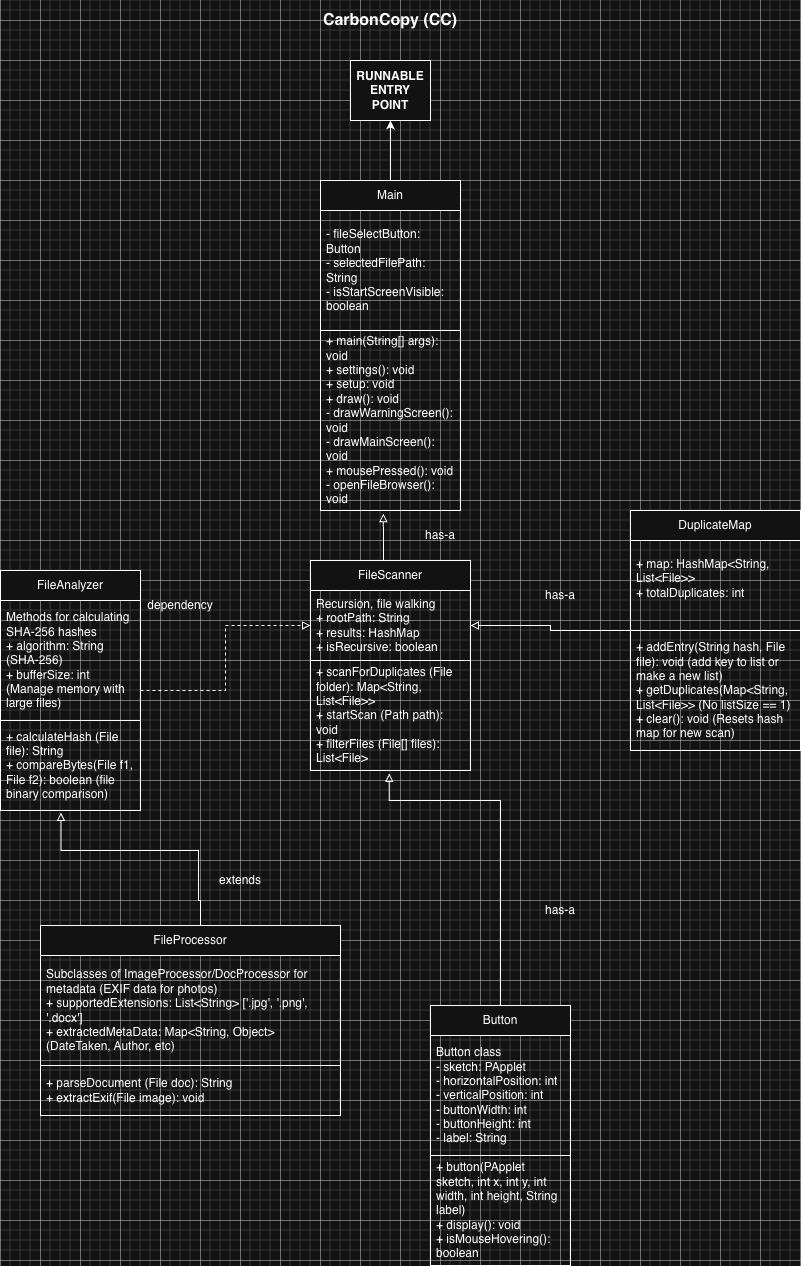
Above: images/UML.png in CFlory-Programming/AdvProgrammingIndividualProject (draw.io), before the change. Source tidied: cells renumbered, new cells last; positions are measured from the earlier drawing's top-left corner, leaving out a move shared by most shapes.
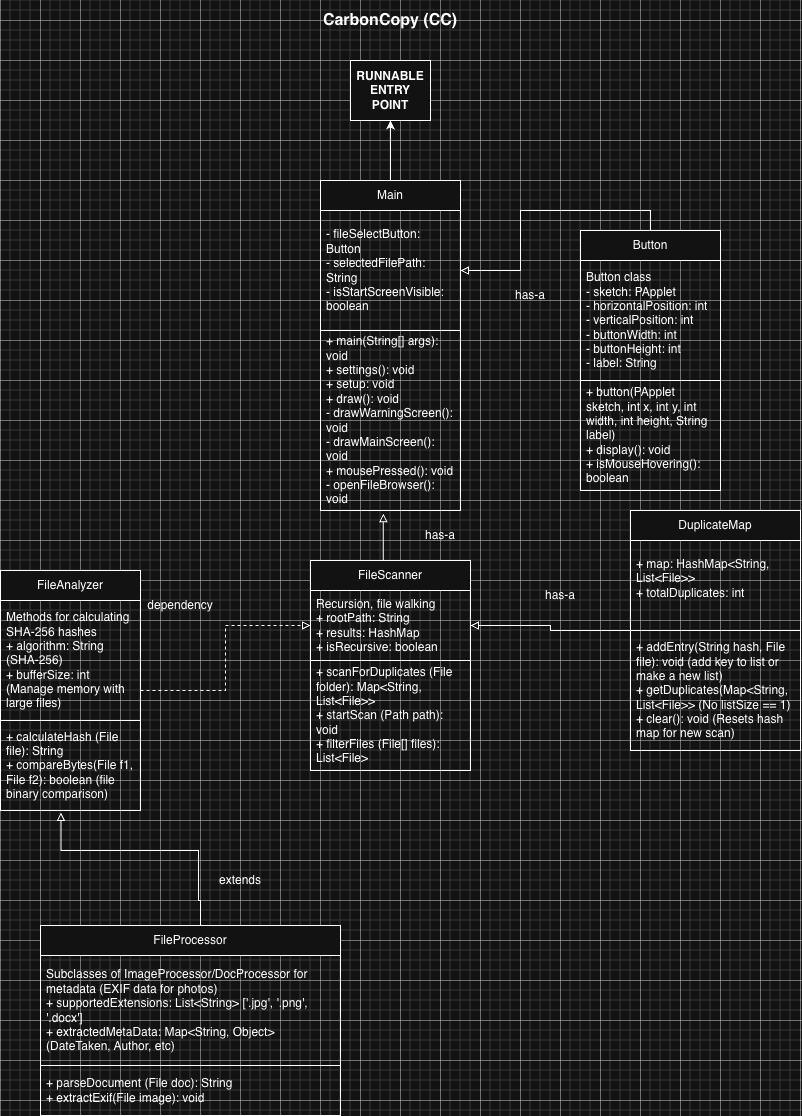
Later version of the same file.

Diff of the diagram source:
```diff
@@ -11,7 +11,7 @@
     <mxCell id="4" value="FileScanner" style="swimlane;fontStyle=0;horizontal=1;startSize=30;whiteSpace=wrap;html=1;" parent="1" vertex="1">
       <mxGeometry x="310" y="560" width="160" height="210" as="geometry" />
     </mxCell>
-    <mxCell id="5" value="Recursion, file walking&lt;div&gt;+ rootPath: String&lt;div&gt;+ results: HashMap&lt;/div&gt;&lt;div&gt;+ isRecursive: boolean&lt;/div&gt;&lt;/div&gt;" style="text;strokeColor=none;fillColor=none;align=left;verticalAlign=middle;spacingLeft=4;spacingRight=4;overflow=hidden;points=[[0,0.5],[1,0.5]];portConstraint=eastwest;whiteSpace=wrap;html=1;" parent="4" vertex="1">
+    <mxCell id="5" value="Recursion, file walking&lt;div&gt;+ rootPath: String&lt;/div&gt;&lt;div&gt;&lt;div&gt;+ results: HashMap&lt;/div&gt;&lt;div&gt;+ isRecursive: boolean&lt;/div&gt;&lt;/div&gt;" style="text;strokeColor=none;fillColor=none;align=left;verticalAlign=middle;spacingLeft=4;spacingRight=4;overflow=hidden;points=[[0,0.5],[1,0.5]];portConstraint=eastwest;whiteSpace=wrap;html=1;" parent="4" vertex="1">
       <mxGeometry y="30" width="160" height="70" as="geometry" />
     </mxCell>
     <mxCell id="6" value="+ scanForDuplicates (File folder): Map&amp;lt;String, List&amp;lt;File&amp;gt;&amp;gt;&lt;br&gt;+ startScan (Path path): void&lt;div&gt;+ filterFiles (File[] files): List&amp;lt;File&amp;gt;&lt;/div&gt;" style="text;strokeColor=default;fillColor=none;align=left;verticalAlign=middle;spacingLeft=4;spacingRight=4;overflow=hidden;points=[[0,0.5],[1,0.5]];portConstraint=eastwest;whiteSpace=wrap;html=1;strokeWidth=1;" parent="4" vertex="1">
@@ -70,7 +70,7 @@
       <mxGeometry x="210" y="865" width="60" height="30" as="geometry" />
     </mxCell>
     <mxCell id="22" value="Button" style="swimlane;fontStyle=0;horizontal=1;startSize=30;whiteSpace=wrap;html=1;" parent="1" vertex="1">
-      <mxGeometry x="430" y="1005" width="140" height="260" as="geometry" />
+      <mxGeometry x="580" y="230" width="140" height="260" as="geometry" />
     </mxCell>
     <mxCell id="23" value="Button class&lt;div&gt;- sketch: PApplet&lt;/div&gt;&lt;div&gt;- horizontalPosition: int&lt;/div&gt;&lt;div&gt;- verticalPosition: int&lt;/div&gt;&lt;div&gt;- buttonWidth: int&lt;/div&gt;&lt;div&gt;- buttonHeight: int&lt;/div&gt;&lt;div&gt;- label: String&lt;/div&gt;" style="text;strokeColor=none;fillColor=none;align=left;verticalAlign=middle;spacingLeft=4;spacingRight=4;overflow=hidden;whiteSpace=wrap;html=1;" parent="22" vertex="1">
       <mxGeometry y="30" width="140" height="120" as="geometry" />
@@ -79,7 +79,7 @@
       <mxGeometry y="150" width="140" height="110" as="geometry" />
     </mxCell>
     <mxCell id="25" value="has-a" style="text;html=1;whiteSpace=wrap;strokeColor=none;fillColor=none;align=center;verticalAlign=middle;rounded=0;" parent="1" vertex="1">
-      <mxGeometry x="530" y="895" width="60" height="30" as="geometry" />
+      <mxGeometry x="500" y="280" width="60" height="30" as="geometry" />
     </mxCell>
     <mxCell id="26" style="edgeStyle=orthogonalEdgeStyle;rounded=0;jettySize=auto;html=1;" parent="1" edge="1" source="27" target="3">
       <mxGeometry relative="1" as="geometry" />
@@ -93,11 +93,12 @@
     <mxCell id="29" value="+ main(String[] args): void&lt;div&gt;+ settings(): void&lt;/div&gt;&lt;div&gt;+ setup: void&lt;/div&gt;&lt;div&gt;+ draw(): void&lt;/div&gt;&lt;div&gt;- drawWarningScreen(): void&lt;/div&gt;&lt;div&gt;- drawMainScreen(): void&lt;br&gt;+ mousePressed(): void&lt;br&gt;- openFileBrowser(): void&lt;/div&gt;" style="text;strokeColor=default;fillColor=none;align=left;verticalAlign=middle;spacingLeft=4;spacingRight=4;overflow=hidden;points=[[0,0.5],[1,0.5]];portConstraint=eastwest;whiteSpace=wrap;html=1;strokeWidth=1;" parent="27" vertex="1">
       <mxGeometry y="150" width="140" height="180" as="geometry" />
     </mxCell>
-    <mxCell id="30" style="edgeStyle=orthogonalEdgeStyle;rounded=0;jettySize=auto;html=1;entryX=0.492;entryY=1.027;entryDx=0;entryDy=0;endArrow=block;endFill=0;entryPerimeter=0;exitX=0.5;exitY=0;exitDx=0;exitDy=0;" parent="1" edge="1" source="22" target="6">
+    <mxCell id="30" style="edgeStyle=orthogonalEdgeStyle;rounded=0;jettySize=auto;html=1;entryX=1;entryY=0.5;entryDx=0;entryDy=0;endArrow=block;endFill=0;exitX=0.5;exitY=0;exitDx=0;exitDy=0;" parent="1" edge="1" source="22" target="28">
       <mxGeometry relative="1" as="geometry">
         <Array as="points">
-          <mxPoint x="500" y="800" />
-          <mxPoint x="389" y="800" />
+          <mxPoint x="650" y="210" />
+          <mxPoint x="520" y="210" />
+          <mxPoint x="520" y="270" />
         </Array>
       </mxGeometry>
     </mxCell>
```
